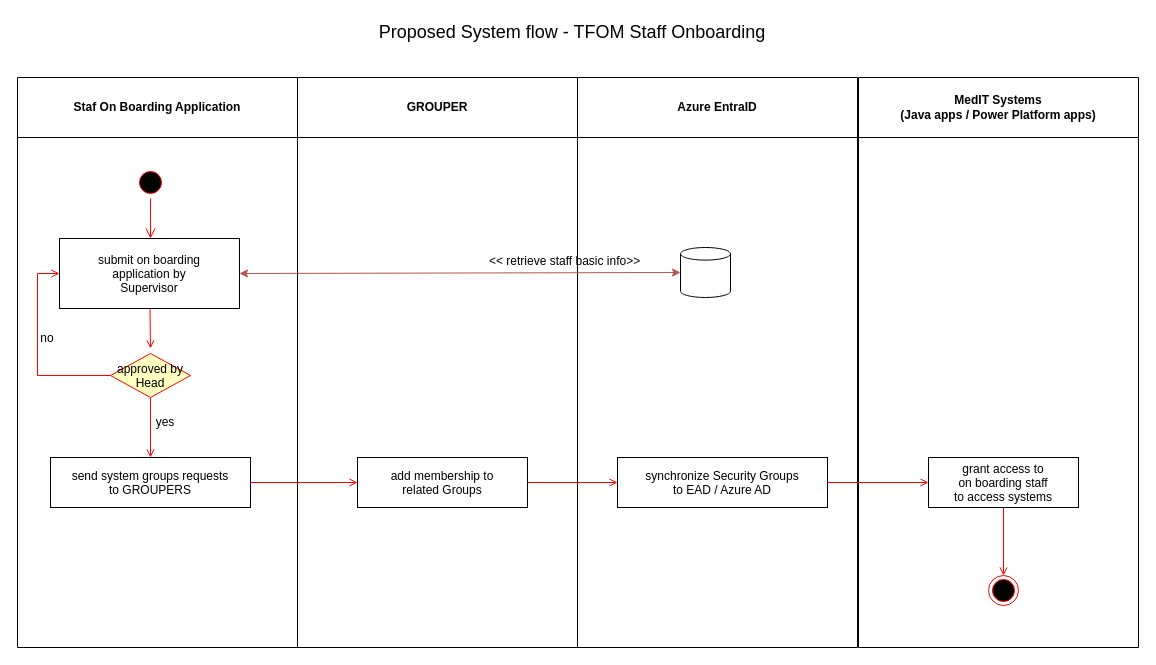
The draw.io diagram Offboarding.drawio in Maurice-Tam/draw.io, before the edit. Source tidied: cells renumbered, new cells numbered last; positions are measured from the earlier drawing's top-left corner, leaving out a move shared by most shapes. Both pictures are drawn from the tidied source at 100%, with x=0, y=0 at pixel (17, 17).
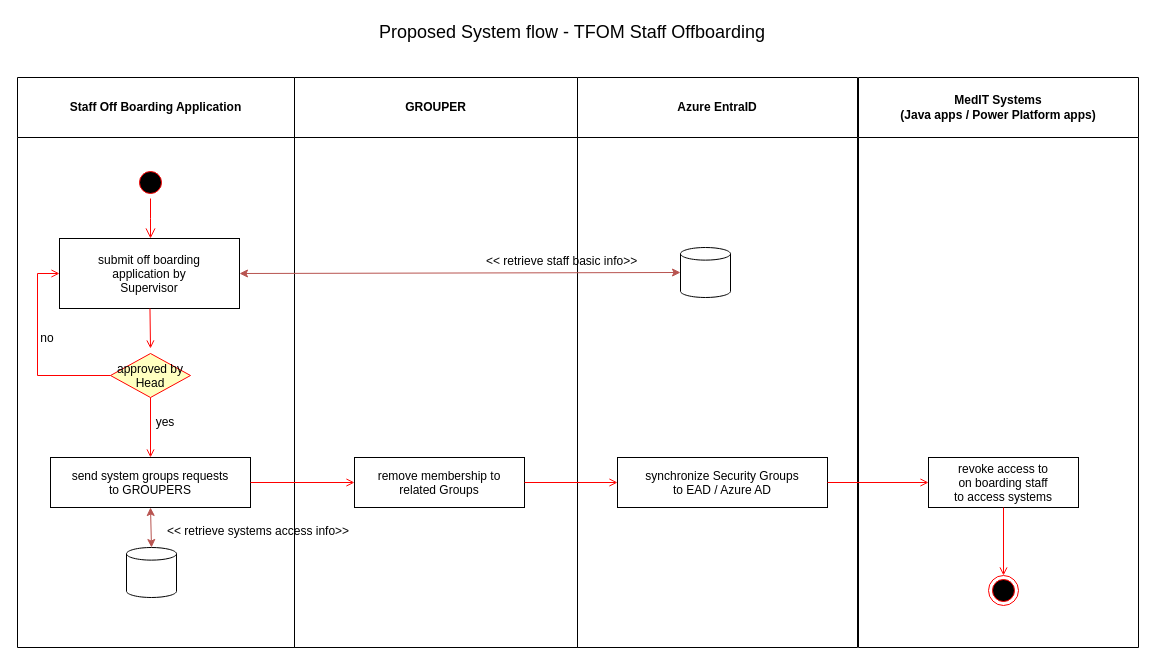
The same diagram, later.

The change refers to these unchanged cells:
```xml
<mxCell id="10" value="send system groups requests &#10;to GROUPERS" parent="2" vertex="1">
  <mxGeometry x="33" y="380" width="200" height="50" as="geometry" />
</mxCell>
<mxCell id="19" value="MedIT Systems&#10;(Java apps / Power Platform apps)" style="swimlane;whiteSpace=wrap;startSize=60;" parent="1" vertex="1">
  <mxGeometry x="841" y="60" width="280" height="570" as="geometry" />
</mxCell>
```

Diff of the diagram source:
```diff
@@
-    <mxCell id="2" value="Staf On Boarding Application" style="swimlane;whiteSpace=wrap;startSize=60;" parent="1" vertex="1">
-      <mxGeometry y="60" width="280" height="570" as="geometry" />
+    <mxCell id="2" value="Staff Off Boarding Application" style="swimlane;whiteSpace=wrap;startSize=60;" parent="1" vertex="1">
+      <mxGeometry y="60" width="277" height="570" as="geometry" />
     </mxCell>
@@
-    <mxCell id="5" value="submit on boarding&#10;application by &#10;Supervisor" parent="2" vertex="1">
+    <mxCell id="5" value="submit off boarding&#10;application by &#10;Supervisor" parent="2" vertex="1">
       <mxGeometry x="42" y="161" width="180" height="70" as="geometry" />
     </mxCell>
@@
+    <mxCell id="28" style="shape=cylinder3;whiteSpace=wrap;html=1;boundedLbl=1;backgroundOutline=1;size=6.315789473684276;" parent="2" vertex="1">
+      <mxGeometry x="109" y="470" width="50" height="50" as="geometry" />
+    </mxCell>
+    <mxCell id="29" style="endArrow=classic;startArrow=classic;html=1;rounded=0;entryX=0.5;entryY=0;entryDx=0;entryDy=0;entryPerimeter=0;exitX=0.5;exitY=1;exitDx=0;exitDy=0;strokeColor=#b85450;fillColor=#f8cecc;" parent="2" edge="1" source="10" target="28">
+      <mxGeometry relative="1" as="geometry" />
+    </mxCell>
+    <mxCell id="30" value="&amp;lt;&amp;lt; retrieve systems access info&amp;gt;&amp;gt;" style="text;whiteSpace=wrap;html=1;" parent="2" vertex="1">
+      <mxGeometry x="148" y="440" width="200" height="50" as="geometry" />
+    </mxCell>
     <mxCell id="13" value="GROUPER" style="swimlane;whiteSpace=wrap;startSize=60;" parent="1" vertex="1">
-      <mxGeometry x="280" y="60" width="280" height="570" as="geometry" />
+      <mxGeometry x="277" y="60" width="283" height="570" as="geometry" />
     </mxCell>
-    <mxCell id="14" value="add membership to &#10;related Groups" parent="13" vertex="1">
+    <mxCell id="14" value="remove membership to &#10;related Groups" parent="13" vertex="1">
       <mxGeometry x="60" y="380" width="170" height="50" as="geometry" />
     </mxCell>
@@
-    <mxCell id="20" value="grant access to &#10;on boarding staff &#10;to access systems" parent="19" vertex="1">
+    <mxCell id="20" value="revoke access to &#10;on boarding staff &#10;to access systems" parent="19" vertex="1">
       <mxGeometry x="70" y="380" width="150" height="50" as="geometry" />
     </mxCell>
@@
-    <mxCell id="23" value="Proposed System flow - TFOM Staff Onboarding" style="text;html=1;strokeColor=none;fillColor=none;align=center;verticalAlign=middle;whiteSpace=wrap;rounded=0;fontSize=18;" parent="1" vertex="1">
+    <mxCell id="23" value="Proposed System flow - TFOM Staff Offboarding" style="text;html=1;strokeColor=none;fillColor=none;align=center;verticalAlign=middle;whiteSpace=wrap;rounded=0;fontSize=18;" parent="1" vertex="1">
       <mxGeometry width="1110" height="30" as="geometry" />
     </mxCell>
```
